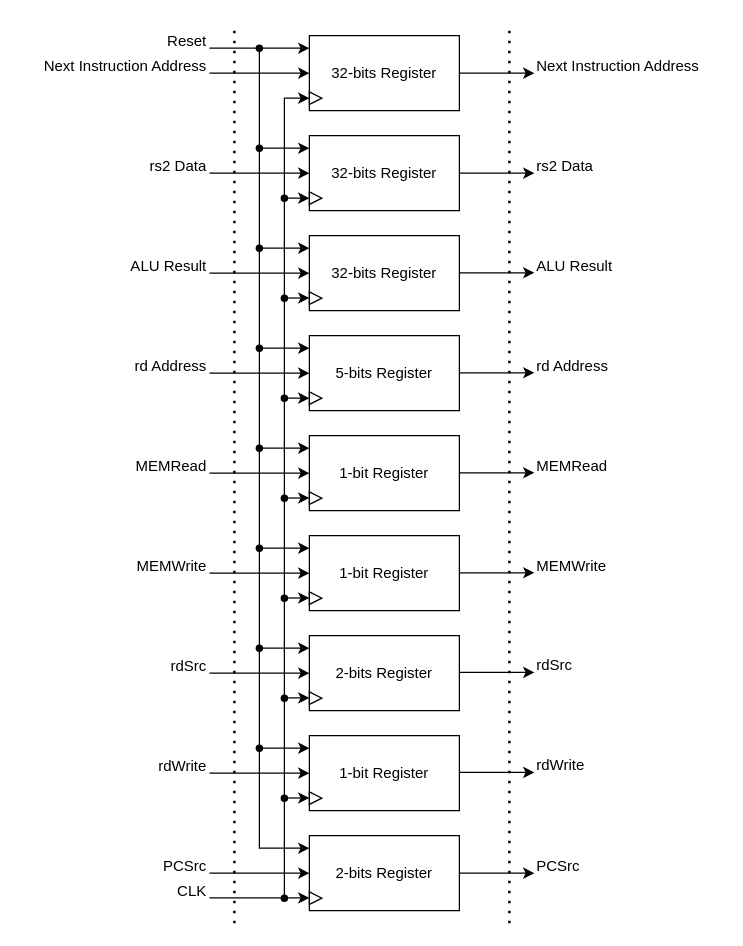
Earlier version of the draw.io diagram page "EX/MEM Interstage Registers" (8 of 9) of docs/imgs/hardware_design/Component.drawio (WachirawichN/C0-CPU). Source tidied: cells renumbered, new cells numbered last; positions are measured from the earlier drawing's top-left corner, leaving out a move shared by most shapes. Both pictures are drawn from the tidied source at 125%, with x=0, y=0 at pixel (21, 22).
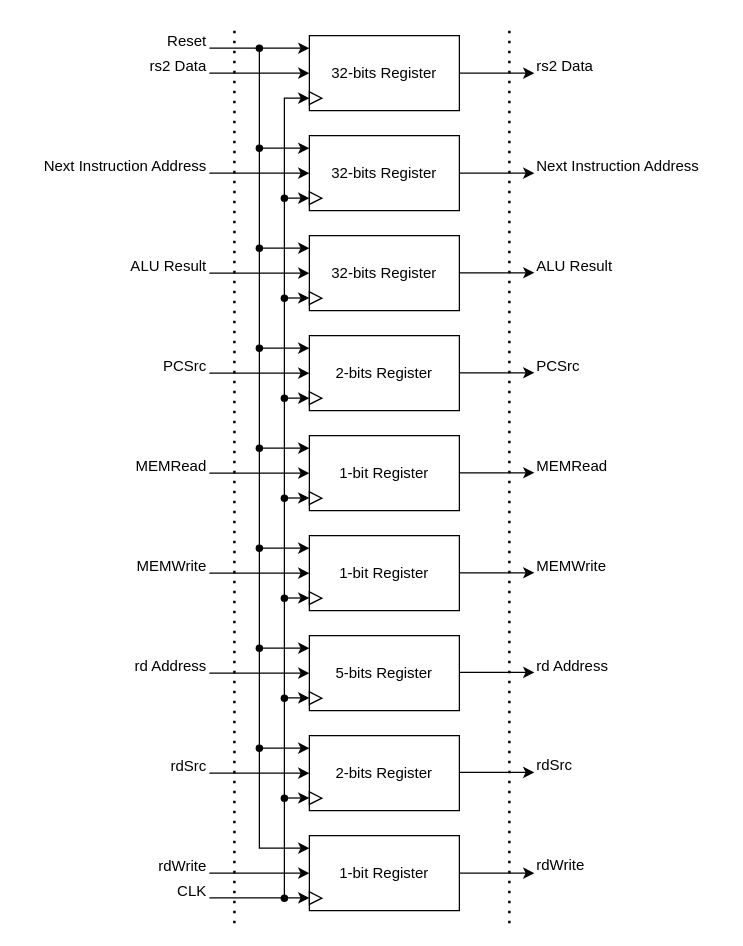
The same page after the edit.

Unchanged cells that the change refers to:
```xml
<mxCell id="11" style="shape=waypoint;sketch=0;fillStyle=solid;size=6;points=[];fillColor=none;perimeter=centerPerimeter;snapToPoint=1;" parent="1" vertex="1">
  <mxGeometry x="180" y="10" width="20" height="20" as="geometry" />
</mxCell>
<mxCell id="41" value="2-bits Register" style="rounded=0;whiteSpace=wrap;html=1;" parent="40" vertex="1">
  <mxGeometry width="120" height="60" as="geometry" />
</mxCell>
```

Change to the diagram source:
```diff
@@
-    <mxCell id="12" style="endArrow=classic;html=1;rounded=0;entryX=0;entryY=0.167;entryDx=0;entryDy=0;entryPerimeter=0;" parent="1" edge="1" source="11" target="41">
+    <mxCell id="12" style="endArrow=classic;html=1;rounded=0;" parent="1" edge="1" source="11">
       <mxGeometry relative="1" as="geometry">
+        <mxPoint x="230" y="660" as="targetPoint" />
         <Array as="points">
           <mxPoint x="190" y="660" />
         </Array>
       </mxGeometry>
     </mxCell>
@@
-    <mxCell id="17" value="&lt;span style=&quot;text-align: right;&quot;&gt;rs2 Data&lt;/span&gt;" style="text;html=1;whiteSpace=wrap;strokeColor=none;fillColor=none;align=left;verticalAlign=middle;rounded=0;" parent="1" vertex="1">
+    <mxCell id="17" value="Next Instruction Address" style="text;html=1;whiteSpace=wrap;strokeColor=none;fillColor=none;align=left;verticalAlign=middle;rounded=0;" parent="1" vertex="1">
       <mxGeometry x="410" y="110" width="150" height="10" as="geometry" />
     </mxCell>
-    <mxCell id="18" value="Next Instruction Address" style="text;html=1;whiteSpace=wrap;strokeColor=none;fillColor=none;align=left;verticalAlign=middle;rounded=0;" parent="1" vertex="1">
+    <mxCell id="18" value="&lt;span style=&quot;text-align: right;&quot;&gt;rs2 Data&lt;/span&gt;" style="text;html=1;whiteSpace=wrap;strokeColor=none;fillColor=none;align=left;verticalAlign=middle;rounded=0;" parent="1" vertex="1">
       <mxGeometry x="410" y="30" width="150" height="10" as="geometry" />
     </mxCell>
-    <mxCell id="19" value="rs2 Data" style="text;html=1;whiteSpace=wrap;strokeColor=none;fillColor=none;align=right;verticalAlign=middle;rounded=0;" parent="1" vertex="1">
+    <mxCell id="19" value="&lt;span style=&quot;text-align: left;&quot;&gt;Next Instruction Address&lt;/span&gt;" style="text;html=1;whiteSpace=wrap;strokeColor=none;fillColor=none;align=right;verticalAlign=middle;rounded=0;" parent="1" vertex="1">
       <mxGeometry y="110" width="150" height="10" as="geometry" />
     </mxCell>
-    <mxCell id="20" value="&lt;span style=&quot;text-align: left;&quot;&gt;Next Instruction Address&lt;/span&gt;" style="text;html=1;whiteSpace=wrap;strokeColor=none;fillColor=none;align=right;verticalAlign=middle;rounded=0;" parent="1" vertex="1">
+    <mxCell id="20" value="rs2 Data" style="text;html=1;whiteSpace=wrap;strokeColor=none;fillColor=none;align=right;verticalAlign=middle;rounded=0;" parent="1" vertex="1">
       <mxGeometry y="30" width="150" height="10" as="geometry" />
     </mxCell>
@@
     <mxCell id="25" style="group;" parent="1" vertex="1">
-      <mxGeometry x="230" y="250" width="120" height="60" as="geometry" />
+      <mxGeometry x="230" y="490" width="120" height="60" as="geometry" />
     </mxCell>
@@
     <mxCell id="34" style="group;" parent="1" vertex="1">
-      <mxGeometry x="230" y="490" width="120" height="60" as="geometry" />
+      <mxGeometry x="230" y="570" width="120" height="60" as="geometry" />
     </mxCell>
@@
     <mxCell id="37" style="group;" parent="1" vertex="1">
-      <mxGeometry x="230" y="570" width="120" height="60" as="geometry" />
+      <mxGeometry x="230" y="650" width="120" height="60" as="geometry" />
     </mxCell>
@@
     <mxCell id="40" style="group;" parent="1" vertex="1">
-      <mxGeometry x="230" y="650" width="120" height="60" as="geometry" />
+      <mxGeometry x="230" y="250" width="120" height="60" as="geometry" />
     </mxCell>
@@
     <mxCell id="77" value="rd Address" style="text;html=1;whiteSpace=wrap;strokeColor=none;fillColor=none;align=right;verticalAlign=middle;rounded=0;" parent="1" vertex="1">
-      <mxGeometry y="270" width="150" height="10" as="geometry" />
+      <mxGeometry y="510" width="150" height="10" as="geometry" />
     </mxCell>
@@
     <mxCell id="83" value="&lt;span style=&quot;text-align: center;&quot;&gt;rdSrc&lt;/span&gt;" style="text;html=1;whiteSpace=wrap;strokeColor=none;fillColor=none;align=right;verticalAlign=middle;rounded=0;" parent="1" vertex="1">
-      <mxGeometry y="510" width="150" height="10" as="geometry" />
+      <mxGeometry y="590" width="150" height="10" as="geometry" />
     </mxCell>
@@
     <mxCell id="85" value="&lt;span style=&quot;text-align: center;&quot;&gt;rdWrite&lt;/span&gt;" style="text;html=1;whiteSpace=wrap;strokeColor=none;fillColor=none;align=right;verticalAlign=middle;rounded=0;" parent="1" vertex="1">
-      <mxGeometry y="590" width="150" height="10" as="geometry" />
+      <mxGeometry y="670" width="150" height="10" as="geometry" />
     </mxCell>
@@
     <mxCell id="87" value="&lt;span style=&quot;text-align: center;&quot;&gt;PCSrc&lt;/span&gt;" style="text;html=1;whiteSpace=wrap;strokeColor=none;fillColor=none;align=right;verticalAlign=middle;rounded=0;" parent="1" vertex="1">
-      <mxGeometry y="670" width="150" height="10" as="geometry" />
+      <mxGeometry y="270" width="150" height="10" as="geometry" />
     </mxCell>
@@
     <mxCell id="90" value="&lt;span style=&quot;text-align: right;&quot;&gt;rd Address&lt;/span&gt;" style="text;html=1;whiteSpace=wrap;strokeColor=none;fillColor=none;align=left;verticalAlign=middle;rounded=0;" parent="1" vertex="1">
-      <mxGeometry x="410" y="269.7" width="150" height="10" as="geometry" />
+      <mxGeometry x="410" y="509.7" width="150" height="10" as="geometry" />
     </mxCell>
@@
     <mxCell id="98" value="&lt;span style=&quot;text-align: center;&quot;&gt;rdWrite&lt;/span&gt;" style="text;html=1;whiteSpace=wrap;strokeColor=none;fillColor=none;align=left;verticalAlign=middle;rounded=0;" parent="1" vertex="1">
-      <mxGeometry x="410" y="589.4" width="150" height="10" as="geometry" />
+      <mxGeometry x="410" y="669.4" width="150" height="10" as="geometry" />
     </mxCell>
     <mxCell id="99" value="&lt;span style=&quot;text-align: center;&quot;&gt;rdSrc&lt;/span&gt;" style="text;html=1;whiteSpace=wrap;strokeColor=none;fillColor=none;align=left;verticalAlign=middle;rounded=0;" parent="1" vertex="1">
-      <mxGeometry x="410" y="509.4" width="150" height="10" as="geometry" />
+      <mxGeometry x="410" y="589.4" width="150" height="10" as="geometry" />
     </mxCell>
@@
     <mxCell id="101" value="&lt;span style=&quot;text-align: center;&quot;&gt;PCSrc&lt;/span&gt;" style="text;html=1;whiteSpace=wrap;strokeColor=none;fillColor=none;align=left;verticalAlign=middle;rounded=0;" parent="1" vertex="1">
-      <mxGeometry x="410" y="670" width="150" height="10" as="geometry" />
+      <mxGeometry x="410" y="270" width="150" height="10" as="geometry" />
     </mxCell>
```
